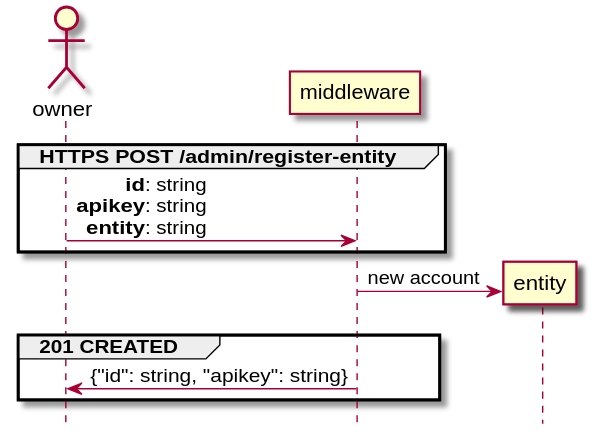
rbccps-iisc/corinthian keeps this PlantUML diagram as DOCS/register-entity.svg. Above is the earlier version. The source it was exported from:
```plantuml
@startuml
actor owner
hide footbox

group HTTPS POST /admin/register-entity

owner -> middleware: **id**: string\r**apikey**: string\r**entity**: string

end

create entity
middleware -> entity : new account

group 201 CREATED
middleware -> owner: {"id": string, "apikey": string}
end
@enduml
```
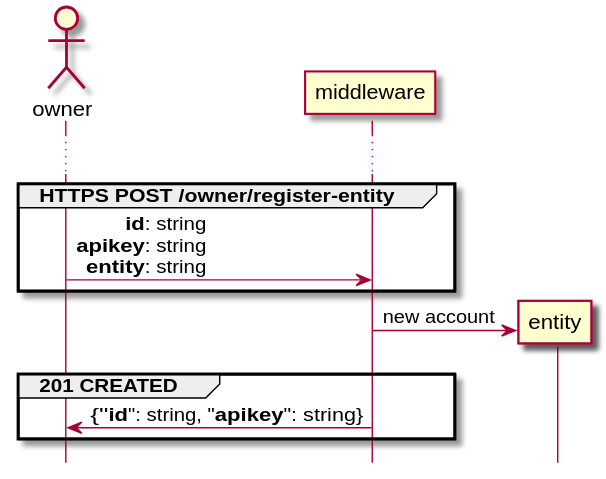
The same file after the commit.

The edit, as a diff of the source:
```diff
@@ -1,8 +1,9 @@
 @startuml
 actor owner
 hide footbox
+...
 
-group HTTPS POST /admin/register-entity
+group HTTPS POST /owner/register-entity
 
 owner -> middleware: **id**: string\r**apikey**: string\r**entity**: string
 
@@ -12,6 +13,6 @@
 middleware -> entity : new account
 
 group 201 CREATED
-middleware -> owner: {"id": string, "apikey": string}
+middleware -> owner: {"**id**": string, "**apikey**": string}
 end
 @enduml
```
